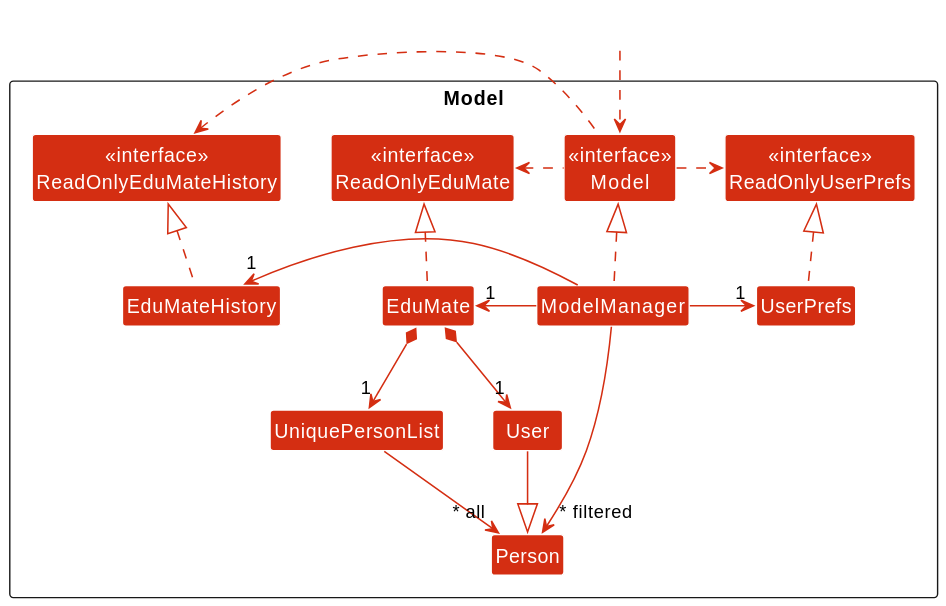
Above: docs/images/ModelClassDiagram.svg in nus-cs2103-AY2223S2/tp (PlantUML), before the change.
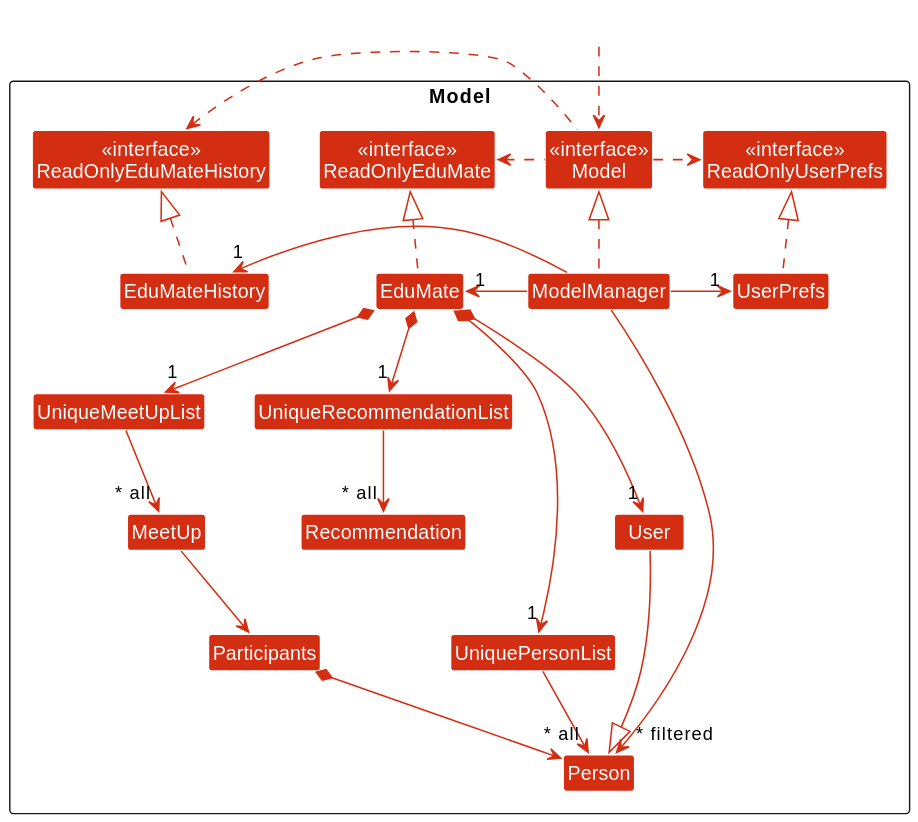
Later version of the same file.

What changed in the source:
```diff
@@ -14,9 +14,15 @@
 Class ModelManager
 Class UserPrefs
 
+Class UniqueMeetUpList
+Class UniqueRecommendationList
 Class UniquePersonList
+
+Class Participants
 Class Person
 Class User
+Class Recommendation
+Class MeetUp
 }
 
 Class HiddenOutside #FFFFFF
@@ -35,10 +41,17 @@
 ModelManager -left-> "1" EduMateHistory
 UserPrefs .up.|> ReadOnlyUserPrefs
 
+EduMate *--> "1" UniqueMeetUpList
+EduMate *--> "1" UniqueRecommendationList
 EduMate *--> "1" UniquePersonList
 EduMate *--> "1" User
 User --|> Person
 UniquePersonList --> "~* all" Person
+UniqueMeetUpList --> "~* all" MeetUp
+UniqueRecommendationList --> "~* all" Recommendation
+
+Participants *--> Person
+MeetUp --> Participants
 
 ModelManager -->"~* filtered" Person
 @enduml
```
